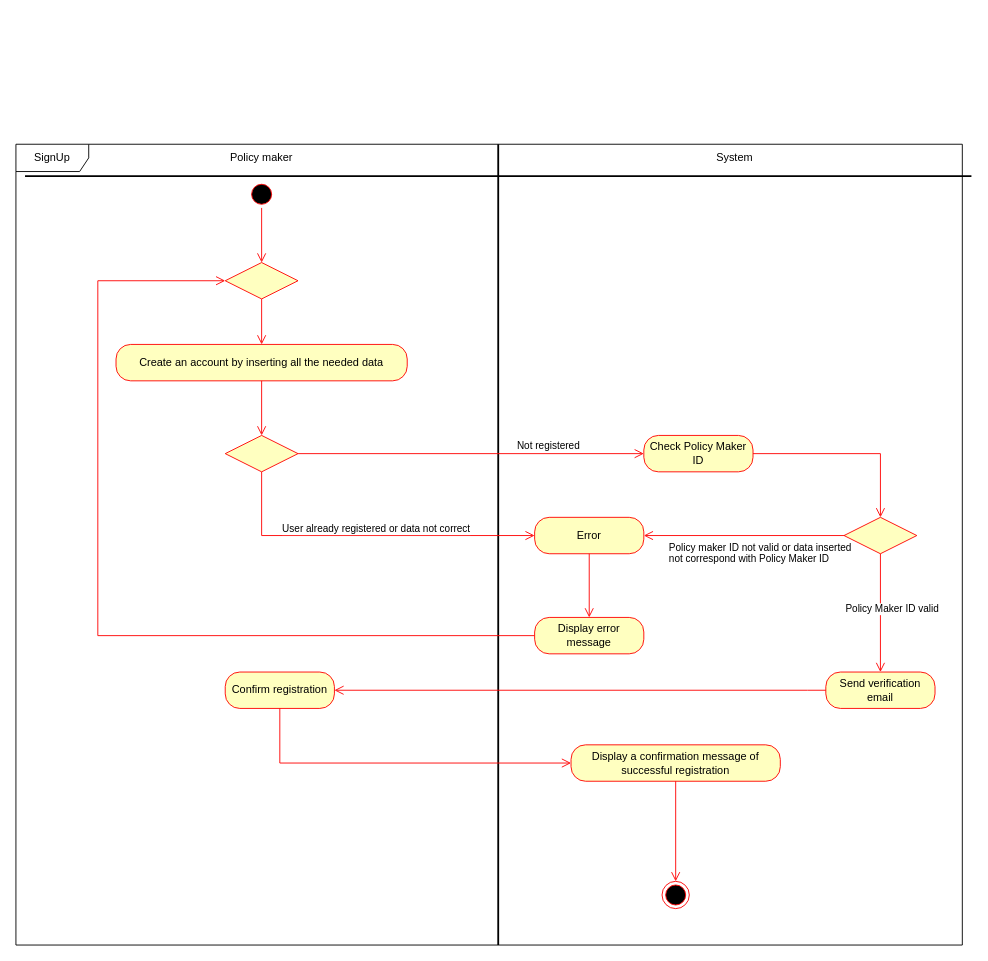
This is page "SignUp" (1 of 6) of PolicyMaker.drawio from matteovisotto/SE2-CecchettoSirianiVisotto, a draw.io file, before an edit. Source tidied: cells renumbered, new cells numbered last; positions are measured from the earlier drawing's top-left corner, leaving out a move shared by most shapes. Both pictures are drawn from the tidied source at 91%, with x=0, y=0 at pixel (15, 144).
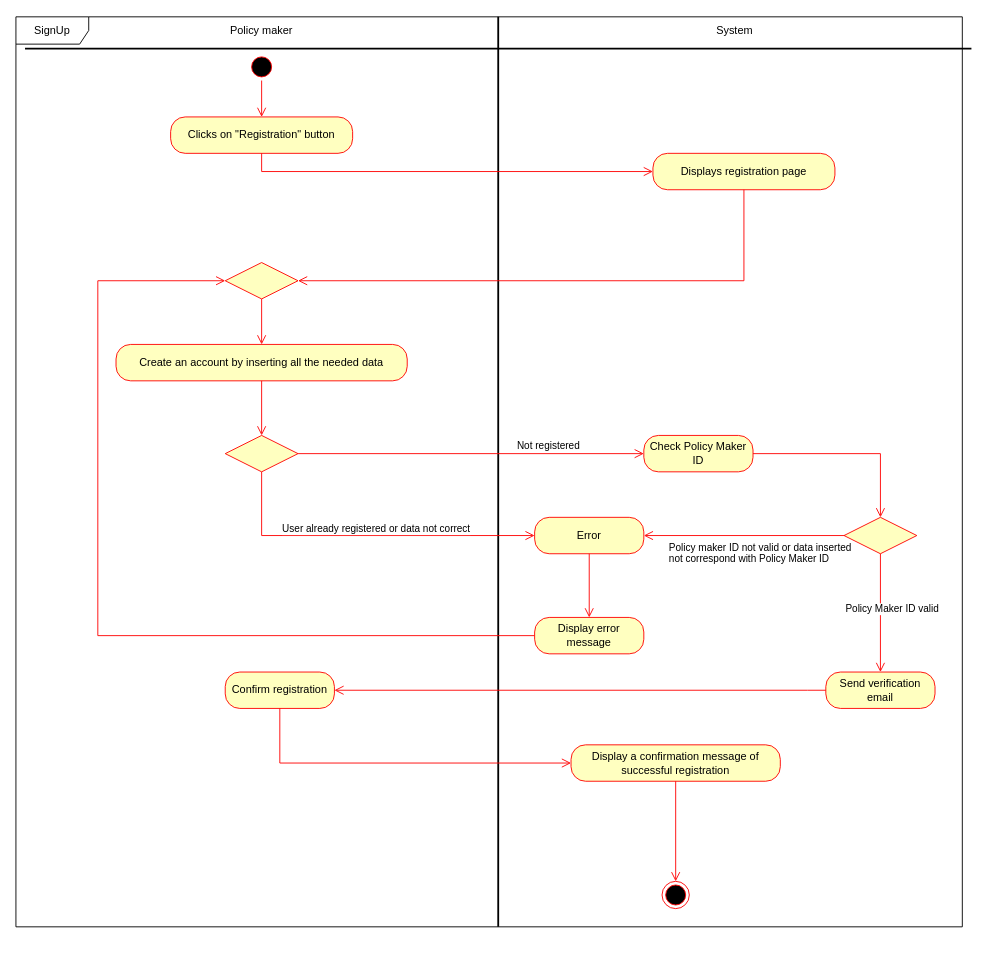
After the change.

Unchanged cells that the change refers to:
```xml
<mxCell id="6" style="rhombus;whiteSpace=wrap;html=1;fillColor=#ffffc0;strokeColor=#ff0000;" parent="1" vertex="1">
  <mxGeometry x="230" y="130" width="80" height="40" as="geometry" />
</mxCell>
```

What changed in the source:
```diff
@@
     <mxCell id="2" value="SignUp" style="shape=umlFrame;whiteSpace=wrap;html=1;width=80;height=30;" parent="1" vertex="1">
-      <mxGeometry width="1040" height="880" as="geometry" />
+      <mxGeometry y="-140" width="1040" height="1000" as="geometry" />
     </mxCell>
     <mxCell id="3" style="line;strokeWidth=2;direction=south;html=1;" parent="1" vertex="1">
-      <mxGeometry x="525" width="10" height="880" as="geometry" />
+      <mxGeometry x="525" y="-140" width="10" height="1000" as="geometry" />
     </mxCell>
     <mxCell id="4" style="ellipse;html=1;shape=startState;fillColor=#000000;strokeColor=#ff0000;" parent="1" vertex="1">
-      <mxGeometry x="255" y="40" width="30" height="30" as="geometry" />
+      <mxGeometry x="255" y="-100" width="30" height="30" as="geometry" />
     </mxCell>
-    <mxCell id="5" style="edgeStyle=orthogonalEdgeStyle;html=1;verticalAlign=bottom;endArrow=open;endSize=8;strokeColor=#ff0000;rounded=0;" parent="1" edge="1" source="4" target="6">
+    <mxCell id="5" style="edgeStyle=orthogonalEdgeStyle;html=1;verticalAlign=bottom;endArrow=open;endSize=8;strokeColor=#ff0000;rounded=0;" parent="1" edge="1" source="4" target="32">
       <mxGeometry relative="1" as="geometry" />
     </mxCell>
@@
     <mxCell id="20" style="line;strokeWidth=2;html=1;" parent="1" vertex="1">
-      <mxGeometry x="10" y="30" width="1040" height="10" as="geometry" />
+      <mxGeometry x="10" y="-110" width="1040" height="10" as="geometry" />
     </mxCell>
     <mxCell id="21" value="Policy maker" style="text;html=1;strokeColor=none;fillColor=none;align=center;verticalAlign=middle;whiteSpace=wrap;rounded=0;" parent="1" vertex="1">
-      <mxGeometry x="210" width="120" height="30" as="geometry" />
+      <mxGeometry x="210" y="-140" width="120" height="30" as="geometry" />
     </mxCell>
     <mxCell id="22" value="System" style="text;html=1;strokeColor=none;fillColor=none;align=center;verticalAlign=middle;whiteSpace=wrap;rounded=0;" parent="1" vertex="1">
-      <mxGeometry x="760" width="60" height="30" as="geometry" />
+      <mxGeometry x="760" y="-140" width="60" height="30" as="geometry" />
     </mxCell>
@@
+    <mxCell id="32" value="Clicks on &quot;Registration&quot; button" style="rounded=1;whiteSpace=wrap;html=1;arcSize=40;fontColor=#000000;fillColor=#ffffc0;strokeColor=#ff0000;" parent="1" vertex="1">
+      <mxGeometry x="170" y="-30" width="200" height="40" as="geometry" />
+    </mxCell>
+    <mxCell id="33" style="edgeStyle=orthogonalEdgeStyle;html=1;verticalAlign=bottom;endArrow=open;endSize=8;strokeColor=#ff0000;rounded=0;" parent="1" edge="1" source="32" target="34">
+      <mxGeometry relative="1" as="geometry">
+        <Array as="points">
+          <mxPoint x="270" y="30" />
+        </Array>
+      </mxGeometry>
+    </mxCell>
+    <mxCell id="34" value="Displays registration page" style="rounded=1;whiteSpace=wrap;html=1;arcSize=40;fontColor=#000000;fillColor=#ffffc0;strokeColor=#ff0000;" parent="1" vertex="1">
+      <mxGeometry x="700" y="10" width="200" height="40" as="geometry" />
+    </mxCell>
+    <mxCell id="35" style="edgeStyle=orthogonalEdgeStyle;html=1;verticalAlign=bottom;endArrow=open;endSize=8;strokeColor=#ff0000;rounded=0;" parent="1" edge="1" source="34" target="6">
+      <mxGeometry relative="1" as="geometry">
+        <Array as="points">
+          <mxPoint x="800" y="150" />
+        </Array>
+      </mxGeometry>
+    </mxCell>
```
